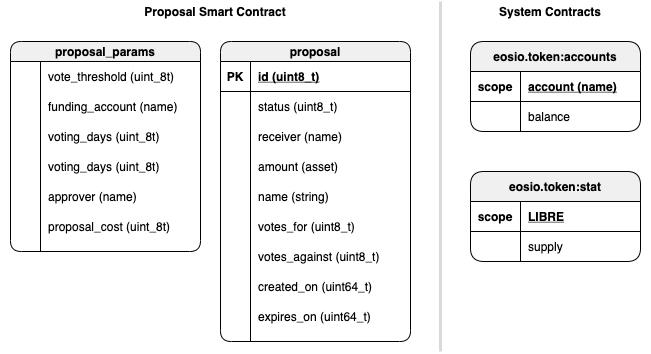
The draw.io diagram docs/data-model.png in edenia/btc-libre-governance, before a commit. Source tidied: cells renumbered, new cells last; positions are measured from the earlier drawing's top-left corner, leaving out a move shared by most shapes.
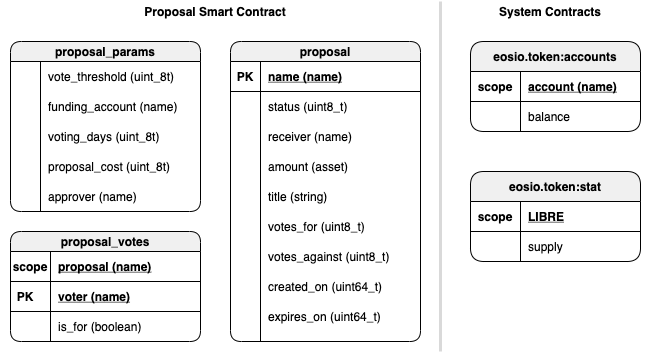
The same diagram one commit later.

Commit message:
docs(readme): Add initial readme file for smart contracts

The edit, as a diff of the source:
```diff
@@ -3,7 +3,7 @@
     <mxCell id="0" />
     <mxCell id="1" parent="0" />
     <mxCell id="2" value="proposal" style="shape=table;startSize=20;rowLines=0;fontStyle=1;align=center;rounded=1;shadow=0;glass=0;sketch=0;arcSize=18;fillColor=#F0F0F0;" parent="1" vertex="1">
-      <mxGeometry x="220" y="40" width="190" height="300" as="geometry" />
+      <mxGeometry x="230" y="40" width="190" height="300" as="geometry" />
     </mxCell>
     <mxCell id="3" style="shape=partialRectangle;fillColor=none;top=0;left=0;bottom=1;right=0;" parent="2" vertex="1">
       <mxGeometry y="20" width="190" height="30" as="geometry" />
@@ -11,7 +11,7 @@
     <mxCell id="4" value="PK" style="shape=partialRectangle;fillColor=none;top=0;left=0;bottom=0;right=0;fontStyle=1;overflow=hidden;" parent="3" vertex="1">
       <mxGeometry width="30" height="30" as="geometry" />
     </mxCell>
-    <mxCell id="5" value="id (uint8_t)" style="shape=partialRectangle;fillColor=none;top=0;left=0;bottom=0;right=0;align=left;spacingLeft=6;fontStyle=5;overflow=hidden;" parent="3" vertex="1">
+    <mxCell id="5" value="name (name)" style="shape=partialRectangle;fillColor=none;top=0;left=0;bottom=0;right=0;align=left;spacingLeft=6;fontStyle=5;overflow=hidden;" parent="3" vertex="1">
       <mxGeometry x="30" width="160" height="30" as="geometry" />
     </mxCell>
     <mxCell id="6" style="shape=partialRectangle;fillColor=none;top=0;left=0;bottom=0;right=0;" parent="2" vertex="1">
@@ -75,7 +75,7 @@
       <mxGeometry x="480" width="140" height="20" as="geometry" />
     </mxCell>
     <mxCell id="25" value="proposal_params" style="shape=table;startSize=20;rowLines=0;fontStyle=1;align=center;rounded=1;shadow=0;glass=0;sketch=0;arcSize=18;fillColor=#F0F0F0;" parent="1" vertex="1">
-      <mxGeometry x="10" y="40" width="190" height="210" as="geometry" />
+      <mxGeometry x="10" y="40" width="190" height="170" as="geometry" />
     </mxCell>
     <mxCell id="26" style="shape=partialRectangle;fillColor=none;top=0;left=0;bottom=0;right=0;" parent="25" vertex="1">
       <mxGeometry y="20" width="190" height="30" as="geometry" />
@@ -120,10 +120,10 @@
       <mxGeometry x="50" width="120" height="30" as="geometry" />
     </mxCell>
     <mxCell id="40" value="created_on (uint64_t)" style="shape=partialRectangle;fillColor=none;top=0;left=0;bottom=0;right=0;align=left;spacingLeft=6;overflow=hidden;" parent="1" vertex="1">
-      <mxGeometry x="250" y="270" width="160" height="30" as="geometry" />
+      <mxGeometry x="260" y="270" width="160" height="30" as="geometry" />
     </mxCell>
-    <mxCell id="41" value="name (string)" style="shape=partialRectangle;fillColor=none;top=0;left=0;bottom=0;right=0;align=left;spacingLeft=6;overflow=hidden;" parent="1" vertex="1">
-      <mxGeometry x="250" y="180" width="160" height="30" as="geometry" />
+    <mxCell id="41" value="title (string)" style="shape=partialRectangle;fillColor=none;top=0;left=0;bottom=0;right=0;align=left;spacingLeft=6;overflow=hidden;" parent="1" vertex="1">
+      <mxGeometry x="260" y="180" width="160" height="30" as="geometry" />
     </mxCell>
     <mxCell id="42" style="shape=partialRectangle;fillColor=none;top=0;left=0;bottom=0;right=0;" parent="1" vertex="1">
       <mxGeometry x="10" y="160" width="190" height="70" as="geometry" />
@@ -135,13 +135,13 @@
       <mxGeometry x="30" width="160" height="70" as="geometry" />
     </mxCell>
     <mxCell id="45" value="votes_for (uint8_t)" style="shape=partialRectangle;fillColor=none;top=0;left=0;bottom=0;right=0;align=left;spacingLeft=6;overflow=hidden;" parent="1" vertex="1">
-      <mxGeometry x="250" y="210" width="160" height="30" as="geometry" />
+      <mxGeometry x="260" y="210" width="160" height="30" as="geometry" />
     </mxCell>
     <mxCell id="46" value="votes_against (uint8_t)" style="shape=partialRectangle;fillColor=none;top=0;left=0;bottom=0;right=0;align=left;spacingLeft=6;overflow=hidden;" parent="1" vertex="1">
-      <mxGeometry x="250" y="240" width="160" height="30" as="geometry" />
+      <mxGeometry x="260" y="240" width="160" height="30" as="geometry" />
     </mxCell>
     <mxCell id="47" value="expires_on (uint64_t)" style="shape=partialRectangle;fillColor=none;top=0;left=0;bottom=0;right=0;align=left;spacingLeft=6;overflow=hidden;" parent="1" vertex="1">
-      <mxGeometry x="250" y="300" width="160" height="30" as="geometry" />
+      <mxGeometry x="260" y="300" width="160" height="30" as="geometry" />
     </mxCell>
     <mxCell id="48" value="funding_account (name)" style="shape=partialRectangle;fillColor=none;top=0;left=0;bottom=0;right=0;align=left;spacingLeft=6;overflow=hidden;" parent="1" vertex="1">
       <mxGeometry x="40" y="90" width="160" height="30" as="geometry" />
@@ -152,11 +152,41 @@
     <mxCell id="50" style="shape=partialRectangle;fillColor=none;top=0;left=0;bottom=0;right=0;overflow=hidden;" parent="49" vertex="1">
       <mxGeometry width="30" height="30" as="geometry" />
     </mxCell>
-    <mxCell id="51" value="voting_days (uint_8t)" style="shape=partialRectangle;fillColor=none;top=0;left=0;bottom=0;right=0;align=left;spacingLeft=6;overflow=hidden;" parent="49" vertex="1">
-      <mxGeometry x="30" width="160" height="30" as="geometry" />
-    </mxCell>
     <mxCell id="52" value="proposal_cost (uint_8t)" style="shape=partialRectangle;fillColor=none;top=0;left=0;bottom=0;right=0;align=left;spacingLeft=6;overflow=hidden;" parent="1" vertex="1">
-      <mxGeometry x="40" y="210" width="160" height="30" as="geometry" />
+      <mxGeometry x="40" y="150" width="160" height="30" as="geometry" />
     </mxCell>
+    <mxCell id="53" value="proposal_votes" style="shape=table;startSize=20;rowLines=0;fontStyle=1;align=center;rounded=1;shadow=0;glass=0;sketch=0;arcSize=18;fillColor=#F0F0F0;" parent="1" vertex="1">
+      <mxGeometry x="10" y="230" width="190" height="110" as="geometry" />
+    </mxCell>
+    <mxCell id="54" style="shape=partialRectangle;fillColor=none;top=0;left=0;bottom=0;right=0;" parent="53" vertex="1">
+      <mxGeometry y="20" width="190" height="30" as="geometry" />
+    </mxCell>
+    <mxCell id="55" style="shape=partialRectangle;fillColor=none;top=0;left=0;bottom=0;right=0;overflow=hidden;" parent="54" vertex="1">
+      <mxGeometry width="40" height="30" as="geometry" />
+    </mxCell>
+    <mxCell id="56" style="shape=partialRectangle;fillColor=none;top=0;left=0;bottom=0;right=0;align=left;spacingLeft=6;overflow=hidden;" parent="54" vertex="1">
+      <mxGeometry x="40" width="150" height="30" as="geometry" />
+    </mxCell>
+    <mxCell id="57" style="shape=partialRectangle;fillColor=none;top=0;left=0;bottom=1;right=0;" parent="1" vertex="1">
+      <mxGeometry x="10" y="280" width="190" height="30" as="geometry" />
+    </mxCell>
+    <mxCell id="58" value="PK" style="shape=partialRectangle;fillColor=none;top=0;left=0;bottom=0;right=0;fontStyle=1;overflow=hidden;" parent="57" vertex="1">
+      <mxGeometry width="30" height="30" as="geometry" />
+    </mxCell>
+    <mxCell id="59" value="voter (name)" style="shape=partialRectangle;fillColor=none;top=0;left=0;bottom=0;right=0;align=left;spacingLeft=6;fontStyle=5;overflow=hidden;" parent="57" vertex="1">
+      <mxGeometry x="40" width="160" height="30" as="geometry" />
+    </mxCell>
+    <mxCell id="60" value="is_for (boolean)" style="shape=partialRectangle;fillColor=none;top=0;left=0;bottom=0;right=0;align=left;spacingLeft=6;overflow=hidden;" parent="1" vertex="1">
+      <mxGeometry x="50" y="310" width="160" height="30" as="geometry" />
+    </mxCell>
+    <mxCell id="61" style="shape=partialRectangle;fillColor=none;top=0;left=0;bottom=1;right=0;" parent="1" vertex="1">
+      <mxGeometry x="10" y="250" width="190" height="30" as="geometry" />
+    </mxCell>
+    <mxCell id="62" value="scope" style="shape=partialRectangle;fillColor=none;top=0;left=0;bottom=0;right=0;fontStyle=1;overflow=hidden;" parent="61" vertex="1">
+      <mxGeometry width="40" height="30" as="geometry" />
+    </mxCell>
+    <mxCell id="63" value="proposal (name)" style="shape=partialRectangle;fillColor=none;top=0;left=0;bottom=0;right=0;align=left;spacingLeft=6;fontStyle=5;overflow=hidden;" parent="61" vertex="1">
+      <mxGeometry x="40" width="160" height="30" as="geometry" />
+    </mxCell>
   </root>
 </mxGraphModel>
```
